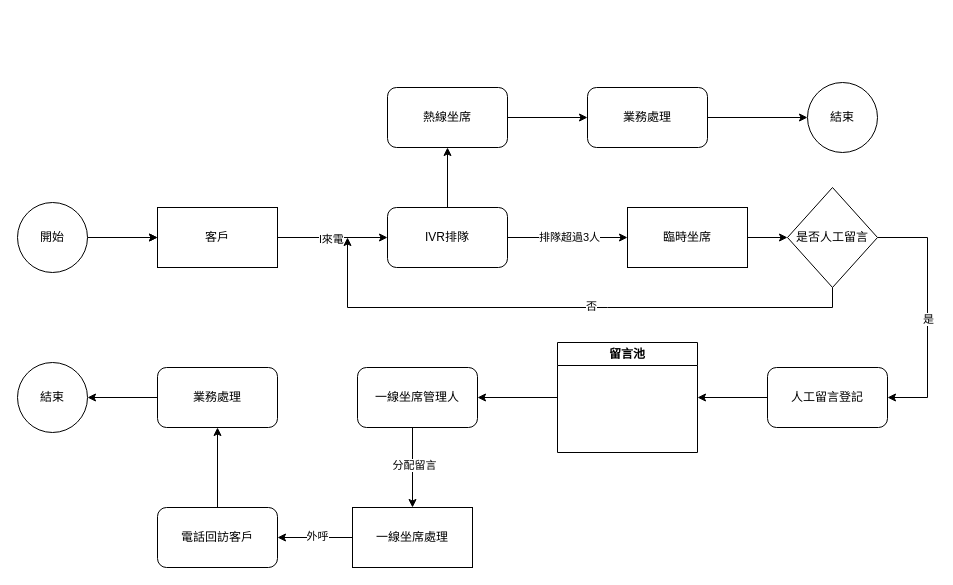
2571788183/- keeps this draw.io diagram as PickCall.drawio. Above is the earlier version. Source tidied: cells renumbered, new cells numbered last; positions are measured from the earlier drawing's top-left corner, leaving out a move shared by most shapes. Both pictures are drawn from the tidied source at 100%, with x=0, y=0 at pixel (17, 82).
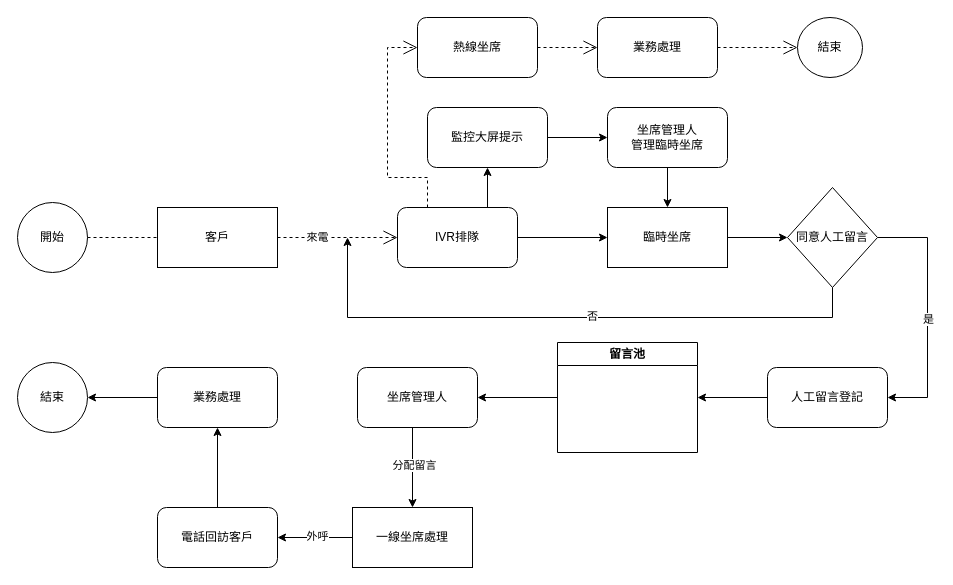
Above is the later version.

Unchanged cells that the change refers to:
```xml
<mxCell id="4" value="客戶" style="rounded=0;whiteSpace=wrap;html=1;" parent="1" vertex="1">
  <mxGeometry x="140" y="125" width="120" height="60" as="geometry" />
</mxCell>
<mxCell id="5" style="edgeStyle=orthogonalEdgeStyle;rounded=0;jettySize=auto;html=1;exitX=1;exitY=0.5;exitDx=0;exitDy=0;" parent="1" edge="1" source="13" target="8">
  <mxGeometry relative="1" as="geometry" />
</mxCell>
```

The edit, as a diff of the source:
```diff
@@
-    <mxCell id="2" style="edgeStyle=orthogonalEdgeStyle;rounded=0;jettySize=auto;html=1;" parent="1" edge="1" source="4" target="13">
-      <mxGeometry relative="1" as="geometry" />
-    </mxCell>
-    <mxCell id="3" value="l來電" style="edgeLabel;html=1;align=center;verticalAlign=middle;" parent="2" vertex="1">
-      <mxGeometry x="-0.04" y="-1" relative="1" as="geometry" />
-    </mxCell>
@@
-    <mxCell id="6" value="排隊超過3人" style="edgeLabel;html=1;align=center;verticalAlign=middle;" parent="5" vertex="1">
-      <mxGeometry x="0.01" y="1" relative="1" as="geometry" />
-    </mxCell>
@@
     <mxCell id="8" value="臨時坐席" style="whiteSpace=wrap;html=1;rounded=0;" parent="1" vertex="1">
-      <mxGeometry x="610" y="125" width="120" height="60" as="geometry" />
+      <mxGeometry x="590" y="125" width="120" height="60" as="geometry" />
     </mxCell>
@@
-    <mxCell id="11" value="是否人工留言" style="rhombus;whiteSpace=wrap;html=1;rounded=0;" parent="1" vertex="1">
+    <mxCell id="11" value="同意人工留言" style="rhombus;whiteSpace=wrap;html=1;rounded=0;" parent="1" vertex="1">
       <mxGeometry x="770" y="105" width="90" height="100" as="geometry" />
     </mxCell>
-    <mxCell id="12" style="edgeStyle=orthogonalEdgeStyle;rounded=0;jettySize=auto;html=1;" parent="1" edge="1" source="13" target="34">
-      <mxGeometry relative="1" as="geometry" />
-    </mxCell>
     <mxCell id="13" value="IVR排隊" style="rounded=1;whiteSpace=wrap;html=1;" parent="1" vertex="1">
-      <mxGeometry x="370" y="125" width="120" height="60" as="geometry" />
+      <mxGeometry x="380" y="125" width="120" height="60" as="geometry" />
     </mxCell>
     <mxCell id="14" style="endArrow=classic;html=1;rounded=0;exitX=0.5;exitY=1;exitDx=0;exitDy=0;" parent="1" edge="1" source="11">
       <mxGeometry relative="1" as="geometry">
         <mxPoint x="330" y="155" as="targetPoint" />
         <Array as="points">
-          <mxPoint x="815" y="225" />
-          <mxPoint x="590" y="225" />
-          <mxPoint x="330" y="225" />
+          <mxPoint x="815" y="235" />
+          <mxPoint x="330" y="235" />
         </Array>
       </mxGeometry>
     </mxCell>
@@
-    <mxCell id="27" style="edgeStyle=orthogonalEdgeStyle;rounded=0;jettySize=auto;html=1;" parent="1" edge="1" source="38" target="4">
-      <mxGeometry relative="1" as="geometry" />
-    </mxCell>
-    <mxCell id="28" value="一線坐席管理人" style="rounded=1;whiteSpace=wrap;html=1;" parent="1" vertex="1">
+    <mxCell id="28" value="坐席管理人" style="rounded=1;whiteSpace=wrap;html=1;" parent="1" vertex="1">
       <mxGeometry x="340" y="285" width="120" height="60" as="geometry" />
     </mxCell>
@@
-    <mxCell id="32" style="edgeStyle=orthogonalEdgeStyle;rounded=0;jettySize=auto;html=1;" parent="1" edge="1" source="38" target="4">
-      <mxGeometry relative="1" as="geometry" />
-    </mxCell>
-    <mxCell id="33" style="edgeStyle=orthogonalEdgeStyle;rounded=0;jettySize=auto;html=1;" parent="1" edge="1" source="34" target="36">
-      <mxGeometry relative="1" as="geometry" />
-    </mxCell>
+    <mxCell id="38" value="開始" style="ellipse;whiteSpace=wrap;html=1;" parent="1" vertex="1">
+      <mxGeometry y="120" width="70" height="70" as="geometry" />
+    </mxCell>
+    <mxCell id="39" style="endArrow=none;dashed=1;html=1;rounded=0;exitX=1;exitY=0.5;exitDx=0;exitDy=0;entryX=0;entryY=0.5;entryDx=0;entryDy=0;" parent="1" edge="1" source="38" target="4">
+      <mxGeometry relative="1" as="geometry" />
+    </mxCell>
-    <mxCell id="34" value="熱線坐席" style="rounded=1;whiteSpace=wrap;html=1;" parent="1" vertex="1">
-      <mxGeometry x="370" y="5" width="120" height="60" as="geometry" />
+    <mxCell id="34" value="熱線坐席" style="whiteSpace=wrap;html=1;rounded=1;" parent="1" vertex="1">
+      <mxGeometry x="400" y="-65" width="120" height="60" as="geometry" />
     </mxCell>
-    <mxCell id="35" style="edgeStyle=orthogonalEdgeStyle;rounded=0;jettySize=auto;html=1;" parent="1" edge="1" source="36" target="37">
-      <mxGeometry relative="1" as="geometry" />
-    </mxCell>
-    <mxCell id="36" value="業務處理" style="rounded=1;whiteSpace=wrap;html=1;" parent="1" vertex="1">
-      <mxGeometry x="570" y="5" width="120" height="60" as="geometry" />
+    <mxCell id="36" value="業務處理" style="whiteSpace=wrap;html=1;rounded=1;" parent="1" vertex="1">
+      <mxGeometry x="580" y="-65" width="120" height="60" as="geometry" />
     </mxCell>
     <mxCell id="37" value="結束" style="ellipse;whiteSpace=wrap;html=1;rounded=1;" parent="1" vertex="1">
-      <mxGeometry x="790" width="70" height="70" as="geometry" />
+      <mxGeometry x="780" y="-65" width="65" height="60" as="geometry" />
     </mxCell>
-    <mxCell id="38" value="開始" style="ellipse;whiteSpace=wrap;html=1;" parent="1" vertex="1">
-      <mxGeometry y="120" width="70" height="70" as="geometry" />
-    </mxCell>
+    <mxCell id="33" style="endArrow=open;endSize=12;dashed=1;html=1;rounded=0;entryX=0;entryY=0.5;entryDx=0;entryDy=0;exitX=1;exitY=0.5;exitDx=0;exitDy=0;" parent="1" edge="1" source="34" target="36">
+      <mxGeometry relative="1" as="geometry" />
+    </mxCell>
+    <mxCell id="35" style="endArrow=open;endSize=12;dashed=1;html=1;rounded=0;entryX=0;entryY=0.5;entryDx=0;entryDy=0;exitX=1;exitY=0.5;exitDx=0;exitDy=0;" parent="1" edge="1" source="36" target="37">
+      <mxGeometry relative="1" as="geometry" />
+    </mxCell>
+    <mxCell id="12" style="endArrow=open;endSize=12;dashed=1;html=1;rounded=0;entryX=0;entryY=0.5;entryDx=0;entryDy=0;exitX=0.25;exitY=0;exitDx=0;exitDy=0;exitPerimeter=0;" parent="1" edge="1" source="13" target="34">
+      <mxGeometry relative="1" as="geometry">
+        <Array as="points">
+          <mxPoint x="410" y="95" />
+          <mxPoint x="370" y="95" />
+          <mxPoint x="370" y="15" />
+          <mxPoint x="370" y="-35" />
+        </Array>
+      </mxGeometry>
+    </mxCell>
+    <mxCell id="40" style="edgeStyle=orthogonalEdgeStyle;rounded=0;jettySize=auto;html=1;" parent="1" edge="1" source="41" target="43">
+      <mxGeometry relative="1" as="geometry" />
+    </mxCell>
+    <mxCell id="41" value="監控大屏提示" style="rounded=1;whiteSpace=wrap;html=1;" parent="1" vertex="1">
+      <mxGeometry x="410" y="25" width="120" height="60" as="geometry" />
+    </mxCell>
+    <mxCell id="42" style="endArrow=classic;html=1;rounded=0;entryX=0.5;entryY=1;entryDx=0;entryDy=0;" parent="1" edge="1" target="41">
+      <mxGeometry relative="1" as="geometry">
+        <mxPoint x="470" y="125" as="sourcePoint" />
+      </mxGeometry>
+    </mxCell>
+    <mxCell id="43" value="坐席管理人&lt;br&gt;管理臨時坐席" style="whiteSpace=wrap;html=1;rounded=1;" parent="1" vertex="1">
+      <mxGeometry x="590" y="25" width="120" height="60" as="geometry" />
+    </mxCell>
+    <mxCell id="44" style="endArrow=classic;html=1;rounded=0;entryX=0.5;entryY=0;entryDx=0;entryDy=0;exitX=0.5;exitY=1;exitDx=0;exitDy=0;" parent="1" edge="1" source="43" target="8">
+      <mxGeometry relative="1" as="geometry" />
+    </mxCell>
+    <mxCell id="45" value="來電" style="endArrow=open;endSize=12;dashed=1;html=1;rounded=0;entryX=0;entryY=0.5;entryDx=0;entryDy=0;" parent="1" edge="1" target="13">
+      <mxGeometry x="-0.33" relative="1" as="geometry">
+        <mxPoint x="260" y="155" as="sourcePoint" />
+      </mxGeometry>
+    </mxCell>
```
